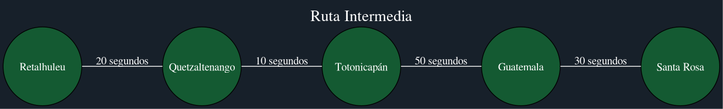
This is Rapidito/ruta_intermedia.png from Marco131-xel/Edd_Proyecto2, a Graphviz export, as it was before one commit. Its source is kept beside it as Rapidito/ruta_intermedia.dot.
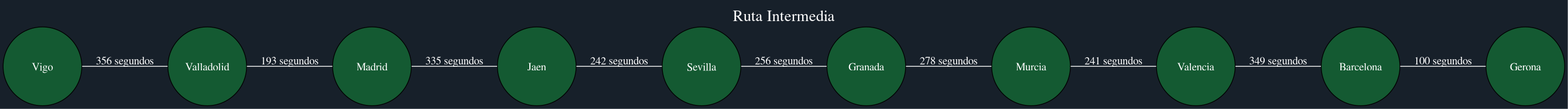
The same diagram one commit later.

Change to the diagram source:
```diff
@@ -7,17 +7,32 @@
   node [style=filled, fillcolor="#145a32", fontcolor="white", shape=circle, width=1.4, fixedsize=true];
   edge [color="white", fontcolor="white"];
   rankdir="LR";
-  "Retalhuleu";
-  "Retalhuleu";
-  "Retalhuleu" -- "Quetzaltenango" [label="20 segundos"];
-  "Quetzaltenango";
-  "Quetzaltenango";
-  "Quetzaltenango" -- "Totonicapán" [label="10 segundos"];
-  "Totonicapán";
-  "Totonicapán";
-  "Totonicapán" -- "Guatemala" [label="50 segundos"];
-  "Guatemala";
-  "Guatemala";
-  "Guatemala" -- "Santa Rosa" [label="30 segundos"];
-  "Santa Rosa";
+  "Vigo";
+  "Vigo";
+  "Vigo" -- "Valladolid" [label="356 segundos"];
+  "Valladolid";
+  "Valladolid";
+  "Valladolid" -- "Madrid" [label="193 segundos"];
+  "Madrid";
+  "Madrid";
+  "Madrid" -- "Jaen" [label="335 segundos"];
+  "Jaen";
+  "Jaen";
+  "Jaen" -- "Sevilla" [label="242 segundos"];
+  "Sevilla";
+  "Sevilla";
+  "Sevilla" -- "Granada" [label="256 segundos"];
+  "Granada";
+  "Granada";
+  "Granada" -- "Murcia" [label="278 segundos"];
+  "Murcia";
+  "Murcia";
+  "Murcia" -- "Valencia" [label="241 segundos"];
+  "Valencia";
+  "Valencia";
+  "Valencia" -- "Barcelona" [label="349 segundos"];
+  "Barcelona";
+  "Barcelona";
+  "Barcelona" -- "Gerona" [label="100 segundos"];
+  "Gerona";
 }
```
